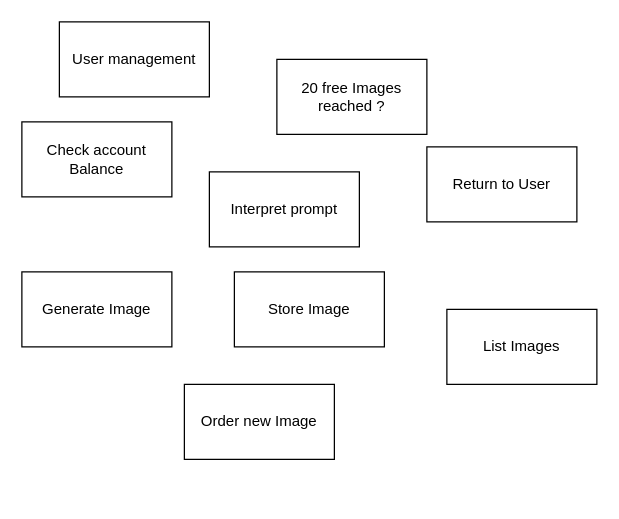
Above: Usage.drawio in rothexD/AdvancedModeling (draw.io), before the change. Source tidied: cells renumbered, new cells numbered last; positions are measured from the earlier drawing's top-left corner, leaving out a move shared by most shapes. Both pictures are drawn from the tidied source at 125%, with x=0, y=0 at pixel (21, 21).
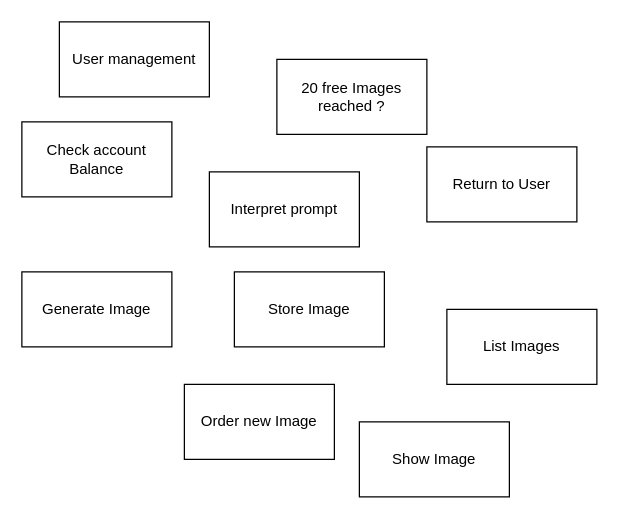
After the change.

What changed in the source:
```diff
@@
 <mxGraphModel>
   <root>
     <mxCell id="0" />
     <mxCell id="1" parent="0" />
     <mxCell id="2" value="20 free Images reached ?" style="rounded=0;whiteSpace=wrap;html=1;" parent="1" vertex="1">
       <mxGeometry x="204" y="30" width="120" height="60" as="geometry" />
     </mxCell>
     <mxCell id="3" value="Interpret prompt" style="rounded=0;whiteSpace=wrap;html=1;" parent="1" vertex="1">
       <mxGeometry x="150" y="120" width="120" height="60" as="geometry" />
     </mxCell>
     <mxCell id="4" value="Generate Image" style="rounded=0;whiteSpace=wrap;html=1;" parent="1" vertex="1">
       <mxGeometry y="200" width="120" height="60" as="geometry" />
     </mxCell>
     <mxCell id="5" value="Store Image" style="rounded=0;whiteSpace=wrap;html=1;" parent="1" vertex="1">
       <mxGeometry x="170" y="200" width="120" height="60" as="geometry" />
     </mxCell>
     <mxCell id="6" value="Return to User" style="rounded=0;whiteSpace=wrap;html=1;" parent="1" vertex="1">
       <mxGeometry x="324" y="100" width="120" height="60" as="geometry" />
     </mxCell>
     <mxCell id="7" value="Check account Balance" style="rounded=0;whiteSpace=wrap;html=1;" parent="1" vertex="1">
       <mxGeometry y="80" width="120" height="60" as="geometry" />
     </mxCell>
     <mxCell id="8" value="List Images" style="rounded=0;whiteSpace=wrap;html=1;" parent="1" vertex="1">
       <mxGeometry x="340" y="230" width="120" height="60" as="geometry" />
     </mxCell>
     <mxCell id="9" value="User management" style="rounded=0;whiteSpace=wrap;html=1;" parent="1" vertex="1">
       <mxGeometry x="30" width="120" height="60" as="geometry" />
     </mxCell>
     <mxCell id="10" value="Order new Image" style="rounded=0;whiteSpace=wrap;html=1;" parent="1" vertex="1">
       <mxGeometry x="130" y="290" width="120" height="60" as="geometry" />
     </mxCell>
+    <mxCell id="11" value="Show Image" style="rounded=0;whiteSpace=wrap;html=1;" parent="1" vertex="1">
+      <mxGeometry x="270" y="320" width="120" height="60" as="geometry" />
+    </mxCell>
   </root>
 </mxGraphModel>
```
